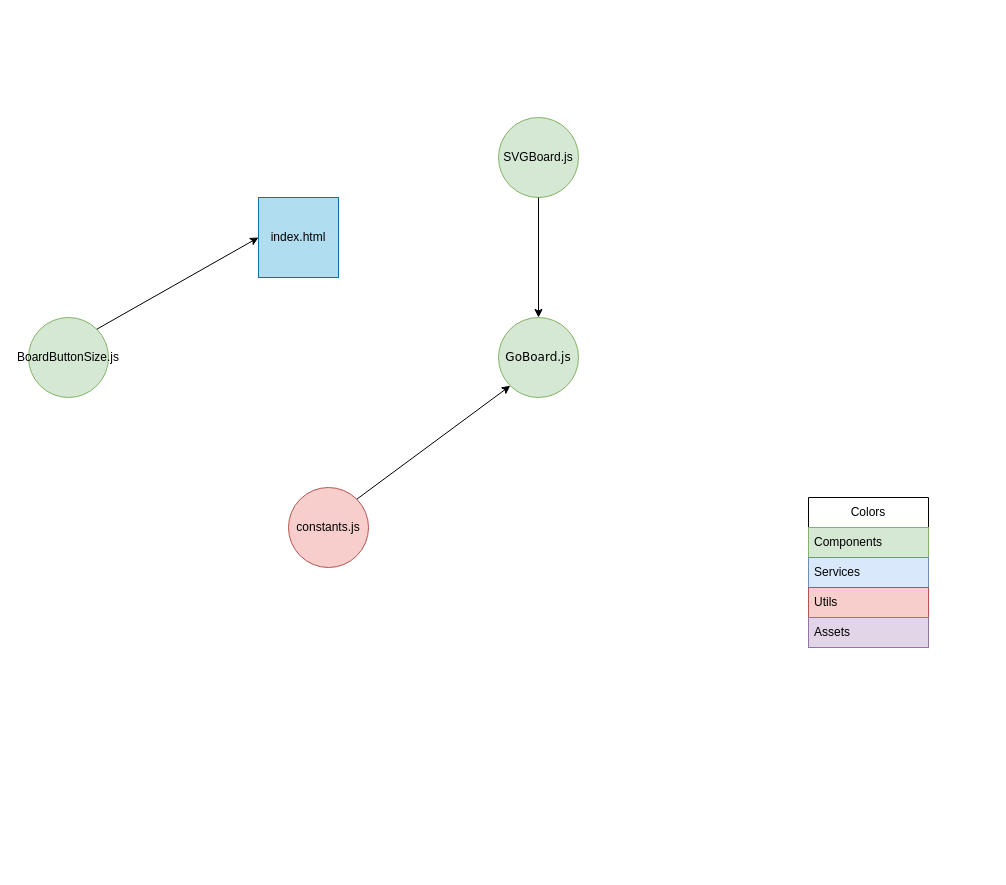
Before: WebGo.drawio in enokiLucas/Diagrams, a draw.io diagram. Source tidied: cells renumbered, new cells numbered last; positions are measured from the earlier drawing's top-left corner, leaving out a move shared by most shapes. Both pictures are drawn from the tidied source at 100%, with x=0, y=0 at pixel (28, 117).
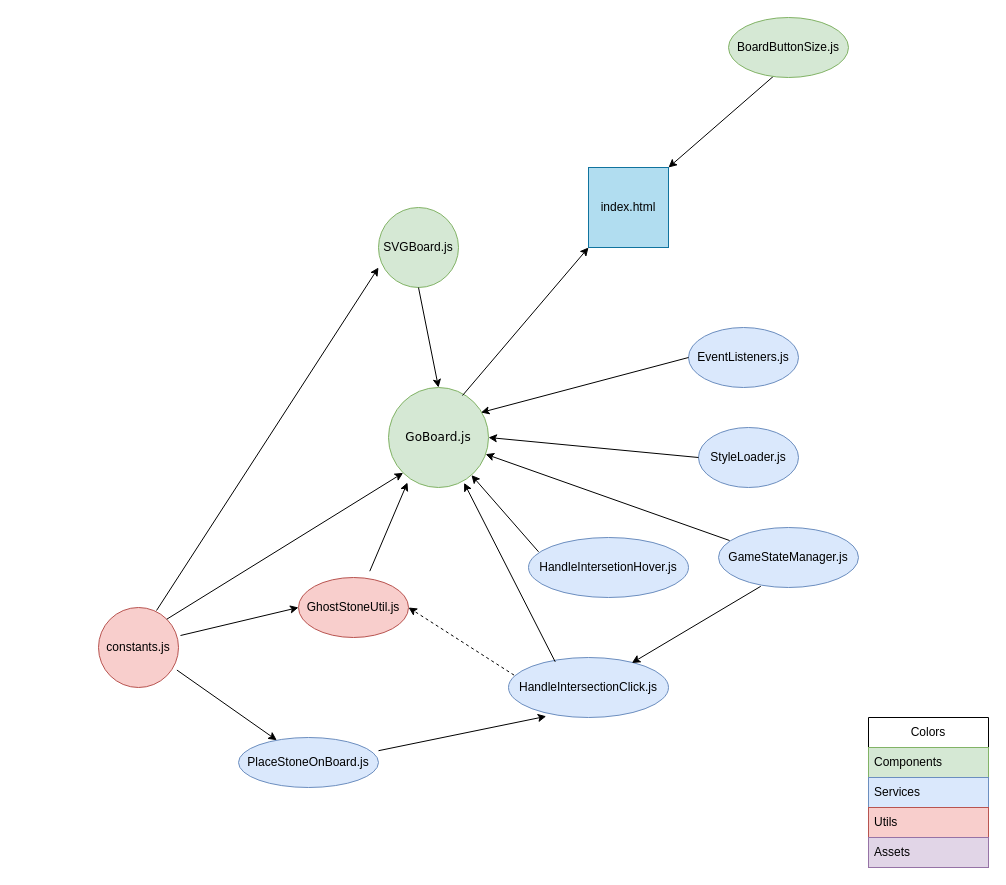
The same diagram, later.

The edit, as a diff of the source:
```diff
@@
     <mxCell id="2" value="GoBoard.js" style="ellipse;whiteSpace=wrap;html=1;fillColor=#d5e8d4;strokeColor=#82b366;fontFamily=Verdana;labelBackgroundColor=none;" parent="1" vertex="1">
-      <mxGeometry x="470" y="200" width="80" height="80" as="geometry" />
+      <mxGeometry x="360" y="270" width="100" height="100" as="geometry" />
     </mxCell>
     <mxCell id="3" value="Colors" style="swimlane;fontStyle=0;horizontal=1;startSize=30;whiteSpace=wrap;html=1;" parent="1" vertex="1">
-      <mxGeometry x="780" y="380" width="120" height="150" as="geometry" />
+      <mxGeometry x="840" y="600" width="120" height="150" as="geometry" />
     </mxCell>
@@
     <mxCell id="8" value="constants.js" style="ellipse;whiteSpace=wrap;html=1;fillColor=#f8cecc;strokeColor=#b85450;" parent="1" vertex="1">
-      <mxGeometry x="260" y="370" width="80" height="80" as="geometry" />
+      <mxGeometry x="70" y="490" width="80" height="80" as="geometry" />
     </mxCell>
@@
     <mxCell id="10" value="SVGBoard.js" style="ellipse;whiteSpace=wrap;html=1;fillColor=#d5e8d4;strokeColor=#82b366;" parent="1" vertex="1">
-      <mxGeometry x="470" width="80" height="80" as="geometry" />
+      <mxGeometry x="350" y="90" width="80" height="80" as="geometry" />
     </mxCell>
     <mxCell id="11" value="index.html" style="whiteSpace=wrap;html=1;fillColor=#b1ddf0;strokeColor=#10739e;" parent="1" vertex="1">
-      <mxGeometry x="230" y="80" width="80" height="80" as="geometry" />
+      <mxGeometry x="560" y="50" width="80" height="80" as="geometry" />
     </mxCell>
@@
+    <mxCell id="14" style="endArrow=classic;html=1;rounded=0;exitX=1;exitY=0;exitDx=0;exitDy=0;entryX=1;entryY=0;entryDx=0;entryDy=0;" parent="1" edge="1" source="13" target="11">
+      <mxGeometry relative="1" as="geometry" />
+    </mxCell>
     <mxCell id="13" value="BoardButtonSize.js" style="ellipse;whiteSpace=wrap;html=1;fillColor=#d5e8d4;strokeColor=#82b366;" parent="1" vertex="1">
-      <mxGeometry y="200" width="80" height="80" as="geometry" />
+      <mxGeometry x="700" y="-100" width="120" height="60" as="geometry" />
     </mxCell>
-    <mxCell id="14" style="endArrow=classic;html=1;rounded=0;exitX=1;exitY=0;exitDx=0;exitDy=0;entryX=0;entryY=0.5;entryDx=0;entryDy=0;" parent="1" edge="1" source="13" target="11">
-      <mxGeometry relative="1" as="geometry" />
-    </mxCell>
+    <mxCell id="15" value="StyleLoader.js" style="ellipse;whiteSpace=wrap;html=1;fillColor=#dae8fc;strokeColor=#6c8ebf;" parent="1" vertex="1">
+      <mxGeometry x="670" y="310" width="100" height="60" as="geometry" />
+    </mxCell>
+    <mxCell id="16" style="endArrow=classic;html=1;rounded=0;exitX=0;exitY=0.5;exitDx=0;exitDy=0;entryX=1;entryY=0.5;entryDx=0;entryDy=0;" parent="1" edge="1" source="15" target="2">
+      <mxGeometry relative="1" as="geometry" />
+    </mxCell>
+    <mxCell id="17" value="EventListeners.js" style="ellipse;whiteSpace=wrap;html=1;fillColor=#dae8fc;strokeColor=#6c8ebf;" parent="1" vertex="1">
+      <mxGeometry x="660" y="210" width="110" height="60" as="geometry" />
+    </mxCell>
+    <mxCell id="18" style="endArrow=classic;html=1;rounded=0;exitX=0;exitY=0.5;exitDx=0;exitDy=0;entryX=0.925;entryY=0.25;entryDx=0;entryDy=0;entryPerimeter=0;" parent="1" edge="1" source="17" target="2">
+      <mxGeometry relative="1" as="geometry" />
+    </mxCell>
+    <mxCell id="19" value="GhostStoneUtil.js" style="ellipse;whiteSpace=wrap;html=1;fillColor=#f8cecc;strokeColor=#b85450;" parent="1" vertex="1">
+      <mxGeometry x="270" y="460" width="110" height="60" as="geometry" />
+    </mxCell>
+    <mxCell id="20" style="endArrow=classic;html=1;rounded=0;exitX=0.648;exitY=-0.105;exitDx=0;exitDy=0;exitPerimeter=0;entryX=0.19;entryY=0.95;entryDx=0;entryDy=0;entryPerimeter=0;" parent="1" edge="1" source="19" target="2">
+      <mxGeometry relative="1" as="geometry" />
+    </mxCell>
+    <mxCell id="21" value="HandleIntersectionClick.js" style="ellipse;whiteSpace=wrap;html=1;fillColor=#dae8fc;strokeColor=#6c8ebf;" parent="1" vertex="1">
+      <mxGeometry x="480" y="540" width="160" height="60" as="geometry" />
+    </mxCell>
+    <mxCell id="22" value="HandleIntersetionHover.js" style="ellipse;whiteSpace=wrap;html=1;fillColor=#dae8fc;strokeColor=#6c8ebf;" parent="1" vertex="1">
+      <mxGeometry x="500" y="420" width="160" height="60" as="geometry" />
+    </mxCell>
+    <mxCell id="23" style="endArrow=classic;html=1;rounded=0;entryX=0.756;entryY=0.954;entryDx=0;entryDy=0;entryPerimeter=0;exitX=0.292;exitY=0.072;exitDx=0;exitDy=0;exitPerimeter=0;" parent="1" edge="1" source="21" target="2">
+      <mxGeometry relative="1" as="geometry" />
+    </mxCell>
+    <mxCell id="24" style="endArrow=classic;html=1;rounded=0;exitX=0.063;exitY=0.239;exitDx=0;exitDy=0;exitPerimeter=0;" parent="1" edge="1" source="22" target="2">
+      <mxGeometry relative="1" as="geometry" />
+    </mxCell>
+    <mxCell id="25" value="GameStateManager.js" style="ellipse;whiteSpace=wrap;html=1;fillColor=#dae8fc;strokeColor=#6c8ebf;" parent="1" vertex="1">
+      <mxGeometry x="690" y="410" width="140" height="60" as="geometry" />
+    </mxCell>
+    <mxCell id="26" style="endArrow=classic;html=1;rounded=0;exitX=0.079;exitY=0.217;exitDx=0;exitDy=0;exitPerimeter=0;" parent="1" edge="1" source="25" target="2">
+      <mxGeometry relative="1" as="geometry" />
+    </mxCell>
+    <mxCell id="27" style="endArrow=classic;html=1;rounded=0;entryX=0.771;entryY=0.091;entryDx=0;entryDy=0;exitX=0.302;exitY=0.98;exitDx=0;exitDy=0;exitPerimeter=0;entryPerimeter=0;" parent="1" edge="1" source="25" target="21">
+      <mxGeometry relative="1" as="geometry" />
+    </mxCell>
+    <mxCell id="28" value="PlaceStoneOnBoard.js" style="ellipse;whiteSpace=wrap;html=1;fillColor=#dae8fc;strokeColor=#6c8ebf;" parent="1" vertex="1">
+      <mxGeometry x="210" y="620" width="140" height="50" as="geometry" />
+    </mxCell>
+    <mxCell id="29" style="endArrow=classic;html=1;rounded=0;exitX=1;exitY=0.264;exitDx=0;exitDy=0;exitPerimeter=0;entryX=0.236;entryY=0.98;entryDx=0;entryDy=0;entryPerimeter=0;" parent="1" edge="1" source="28" target="21">
+      <mxGeometry relative="1" as="geometry" />
+    </mxCell>
+    <mxCell id="30" style="endArrow=classic;html=1;rounded=0;exitX=0.98;exitY=0.782;exitDx=0;exitDy=0;exitPerimeter=0;" parent="1" edge="1" source="8" target="28">
+      <mxGeometry relative="1" as="geometry" />
+    </mxCell>
+    <mxCell id="31" style="endArrow=classic;html=1;rounded=0;exitX=1.025;exitY=0.35;exitDx=0;exitDy=0;exitPerimeter=0;entryX=0;entryY=0.5;entryDx=0;entryDy=0;" parent="1" edge="1" source="8" target="19">
+      <mxGeometry relative="1" as="geometry" />
+    </mxCell>
+    <mxCell id="32" style="endArrow=classic;html=1;rounded=0;exitX=0.725;exitY=0.038;exitDx=0;exitDy=0;exitPerimeter=0;entryX=0;entryY=0.75;entryDx=0;entryDy=0;entryPerimeter=0;" parent="1" edge="1" source="8" target="10">
+      <mxGeometry relative="1" as="geometry" />
+    </mxCell>
+    <mxCell id="33" style="endArrow=classic;html=1;rounded=0;exitX=0.74;exitY=0.08;exitDx=0;exitDy=0;exitPerimeter=0;entryX=0;entryY=1;entryDx=0;entryDy=0;" parent="1" edge="1" source="2" target="11">
+      <mxGeometry relative="1" as="geometry" />
+    </mxCell>
+    <mxCell id="34" style="endArrow=classic;html=1;rounded=0;exitX=0.035;exitY=0.294;exitDx=0;exitDy=0;exitPerimeter=0;entryX=1;entryY=0.5;entryDx=0;entryDy=0;curved=0;dashed=1;" parent="1" edge="1" source="21" target="19">
+      <mxGeometry relative="1" as="geometry" />
+    </mxCell>
```
